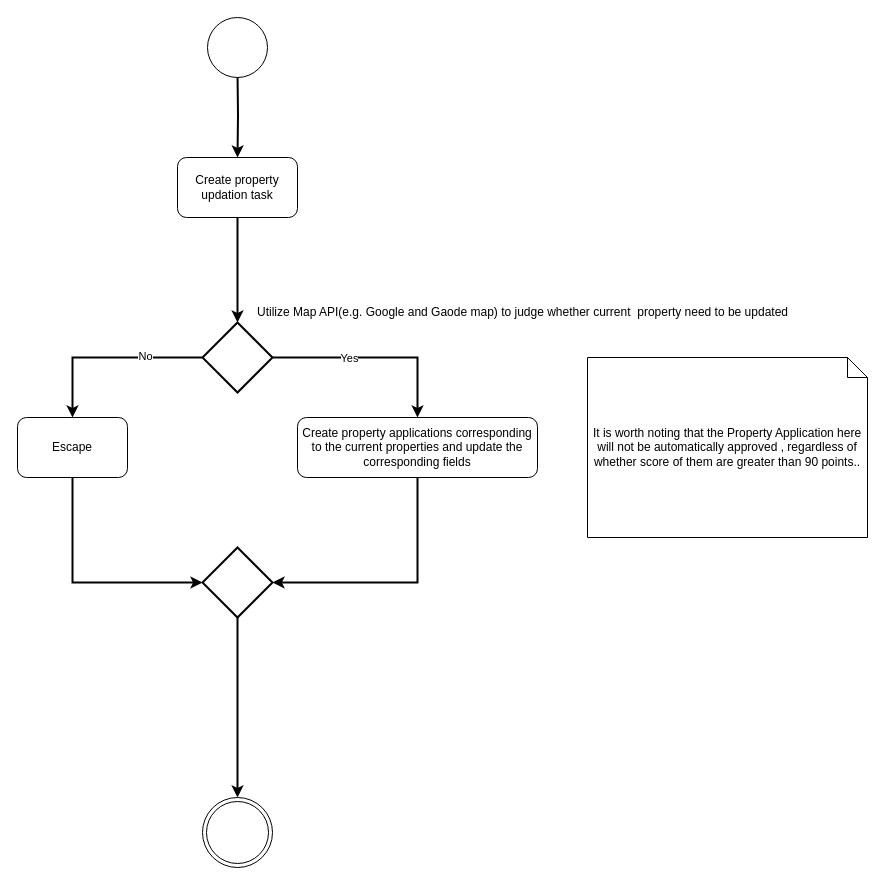
maoqifan1/drawio keeps this draw.io diagram as gpd.drawio. Above is the earlier version. Source tidied: cells renumbered, new cells numbered last; positions are measured from the earlier drawing's top-left corner, leaving out a move shared by most shapes. Both pictures are drawn from the tidied source at 100%, with x=0, y=0 at pixel (17, 17).
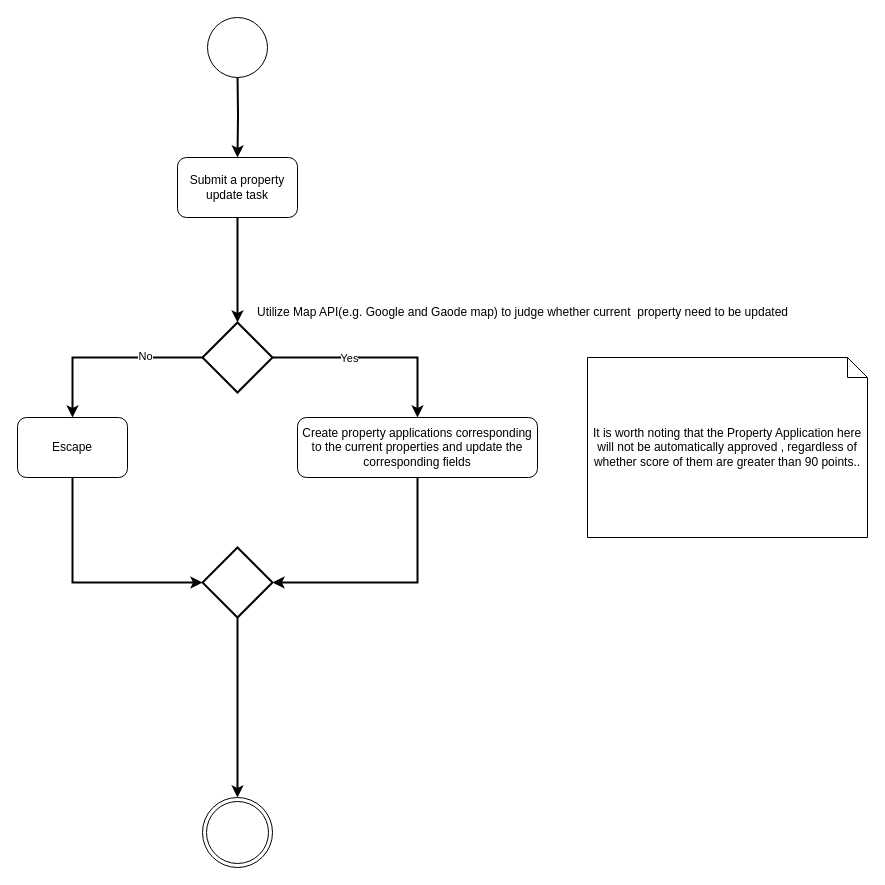
The same page after the edit.

Diff of the diagram source:
```diff
@@
-    <mxCell id="4" value="Create property updation task" style="rounded=1;whiteSpace=wrap;html=1;" parent="1" vertex="1">
+    <mxCell id="4" value="Submit a property update task" style="rounded=1;whiteSpace=wrap;html=1;" parent="1" vertex="1">
       <mxGeometry x="160" y="140" width="120" height="60" as="geometry" />
     </mxCell>
```
